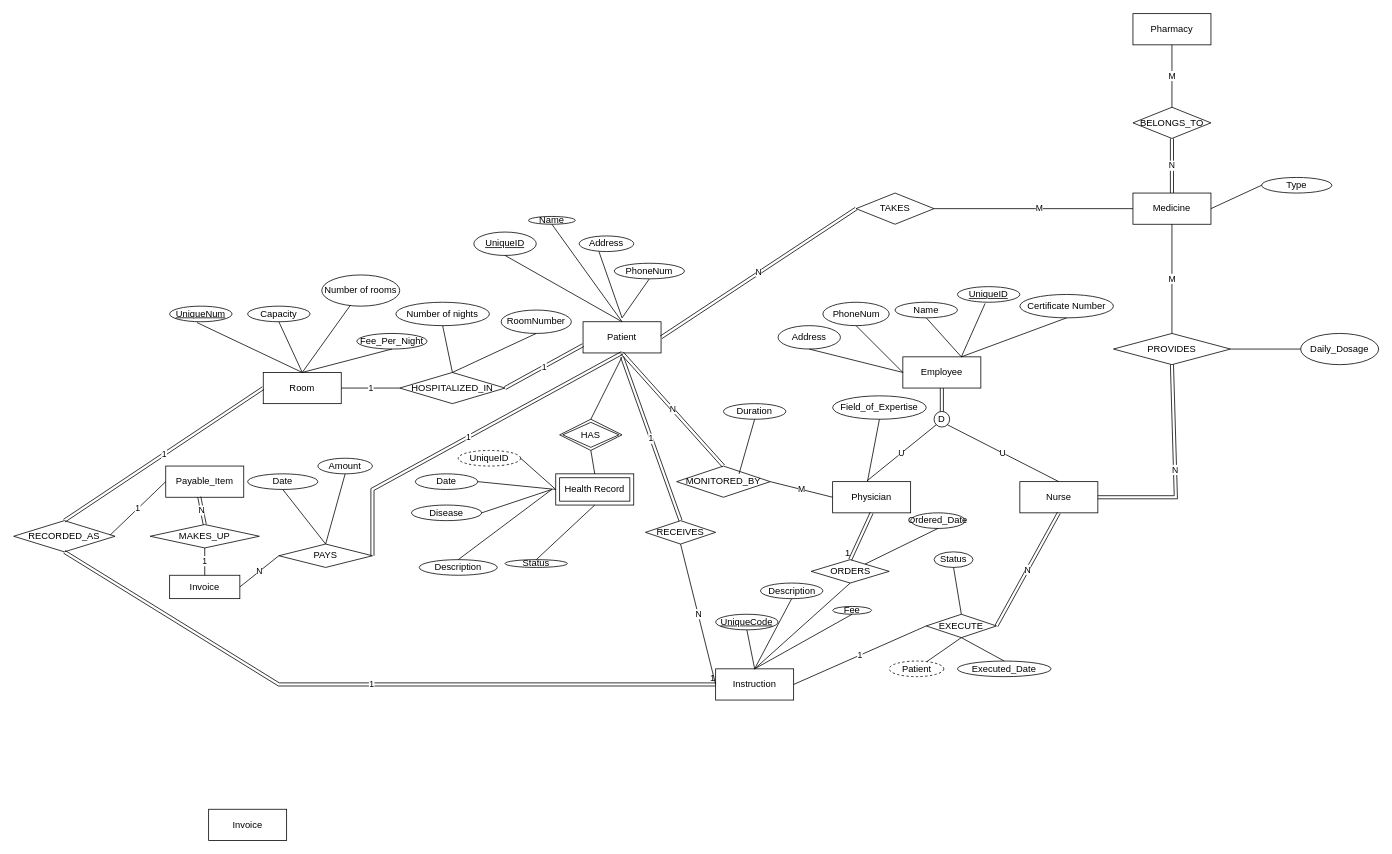
Above: Project Diagram.drawio in saiaungkyawmaw/ER-diagram_DatabaseClass (draw.io), before the change. Source tidied: cells renumbered, new cells numbered last; positions are measured from the earlier drawing's top-left corner, leaving out a move shared by most shapes. Both pictures are drawn from the tidied source at 78%, with x=0, y=0 at pixel (13, 13).
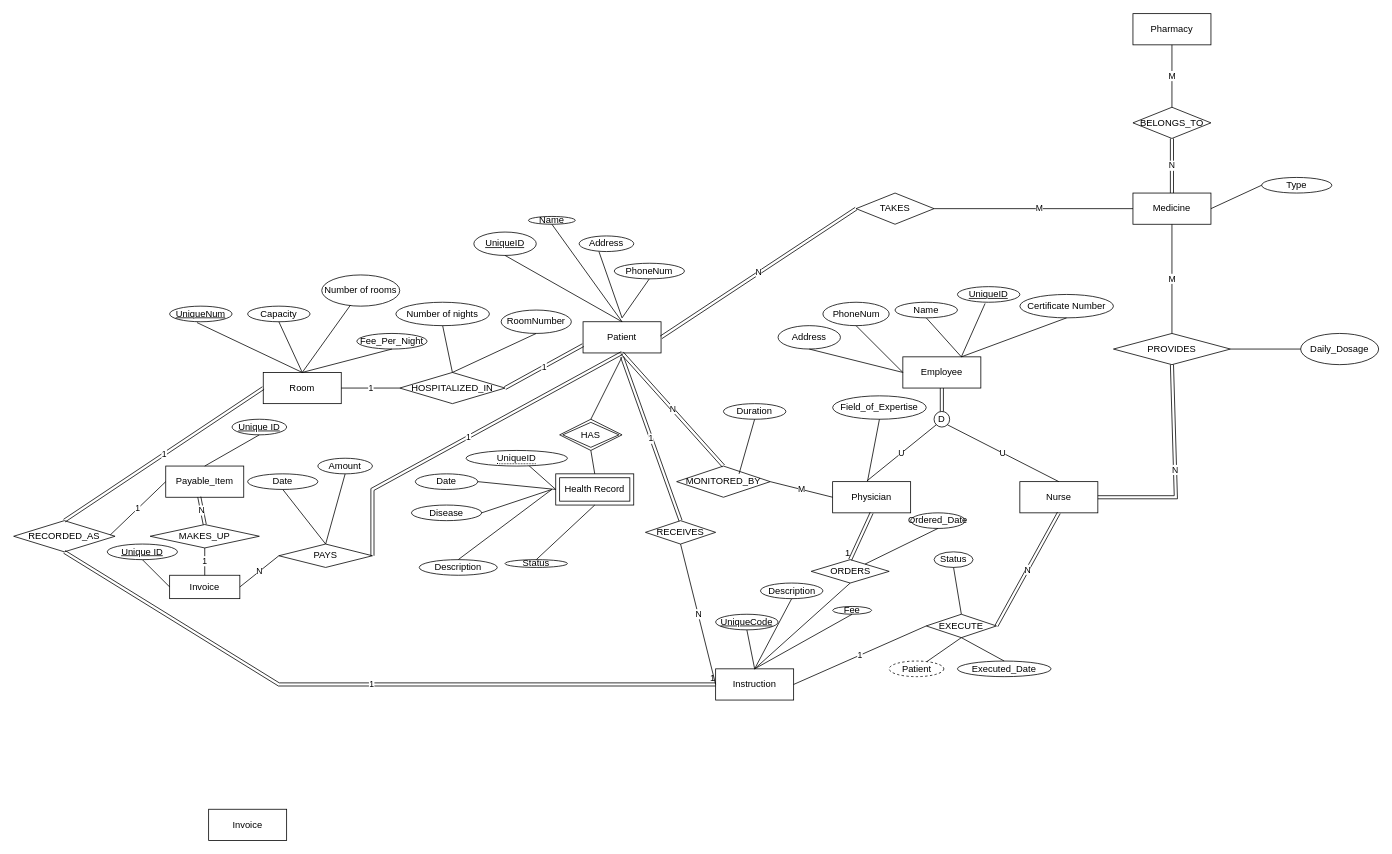
The same page after the edit.

Unchanged cells that the change refers to:
```xml
<mxCell id="5" value="Payable_Item" style="whiteSpace=wrap;html=1;align=center;" parent="1" vertex="1">
  <mxGeometry x="195" y="580" width="100" height="40" as="geometry" />
</mxCell>
<mxCell id="10" value="Health Record" style="shape=ext;margin=3;double=1;whiteSpace=wrap;html=1;align=center;" parent="1" vertex="1">
  <mxGeometry x="695" y="590" width="100" height="40" as="geometry" />
</mxCell>
<mxCell id="98" value="Invoice" style="whiteSpace=wrap;html=1;align=center;" parent="1" vertex="1">
  <mxGeometry x="200" y="720" width="90" height="30" as="geometry" />
</mxCell>
```

What changed in the source:
```diff
@@
-    <mxCell id="75" value="UniqueID" style="ellipse;whiteSpace=wrap;html=1;align=center;dashed=1;" parent="1" vertex="1">
-      <mxGeometry x="570" y="560" width="80" height="20" as="geometry" />
-    </mxCell>
@@
-    <mxCell id="80" style="endArrow=none;html=1;rounded=0;exitX=1;exitY=0.5;exitDx=0;exitDy=0;entryX=0;entryY=0.5;entryDx=0;entryDy=0;" parent="1" edge="1" source="75" target="10">
-      <mxGeometry relative="1" as="geometry" />
+    <mxCell id="80" style="endArrow=none;html=1;rounded=0;exitX=1;exitY=0.5;exitDx=0;exitDy=0;entryX=0;entryY=0.5;entryDx=0;entryDy=0;" parent="1" edge="1" target="10">
+      <mxGeometry relative="1" as="geometry">
+        <mxPoint x="650" y="570" as="sourcePoint" />
+      </mxGeometry>
     </mxCell>
@@
+    <mxCell id="123" value="Unique ID" style="ellipse;whiteSpace=wrap;html=1;align=center;fontStyle=4;" parent="1" vertex="1">
+      <mxGeometry x="280" y="520" width="70" height="20" as="geometry" />
+    </mxCell>
+    <mxCell id="124" style="endArrow=none;html=1;rounded=0;exitX=0.5;exitY=0;exitDx=0;exitDy=0;entryX=0.5;entryY=1;entryDx=0;entryDy=0;" parent="1" edge="1" source="5" target="123">
+      <mxGeometry relative="1" as="geometry" />
+    </mxCell>
+    <mxCell id="125" value="Unique ID" style="ellipse;whiteSpace=wrap;html=1;align=center;fontStyle=4;" parent="1" vertex="1">
+      <mxGeometry x="120" y="680" width="90" height="20" as="geometry" />
+    </mxCell>
+    <mxCell id="126" style="endArrow=none;html=1;rounded=0;exitX=0.5;exitY=1;exitDx=0;exitDy=0;entryX=0;entryY=0.5;entryDx=0;entryDy=0;" parent="1" edge="1" source="125" target="98">
+      <mxGeometry relative="1" as="geometry" />
+    </mxCell>
+    <mxCell id="75" value="&lt;span style=&quot;border-bottom: 1px dotted&quot;&gt;UniqueID&lt;/span&gt;" style="ellipse;whiteSpace=wrap;html=1;align=center;" parent="1" vertex="1">
+      <mxGeometry x="580" y="560" width="130" height="20" as="geometry" />
+    </mxCell>
```
